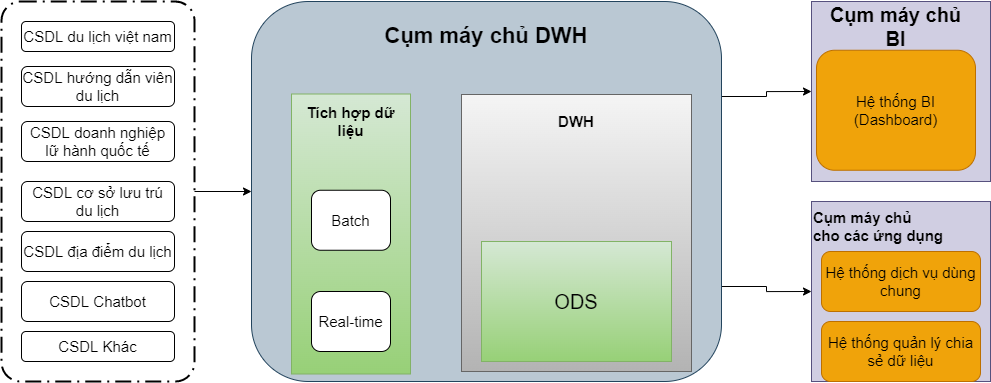
Above: tcdl-Page-2.drawio.png in letheanh12345/Draw-io (draw.io), before the change. Source tidied: cells renumbered, new cells last; positions are measured from the earlier drawing's top-left corner, leaving out a move shared by most shapes.
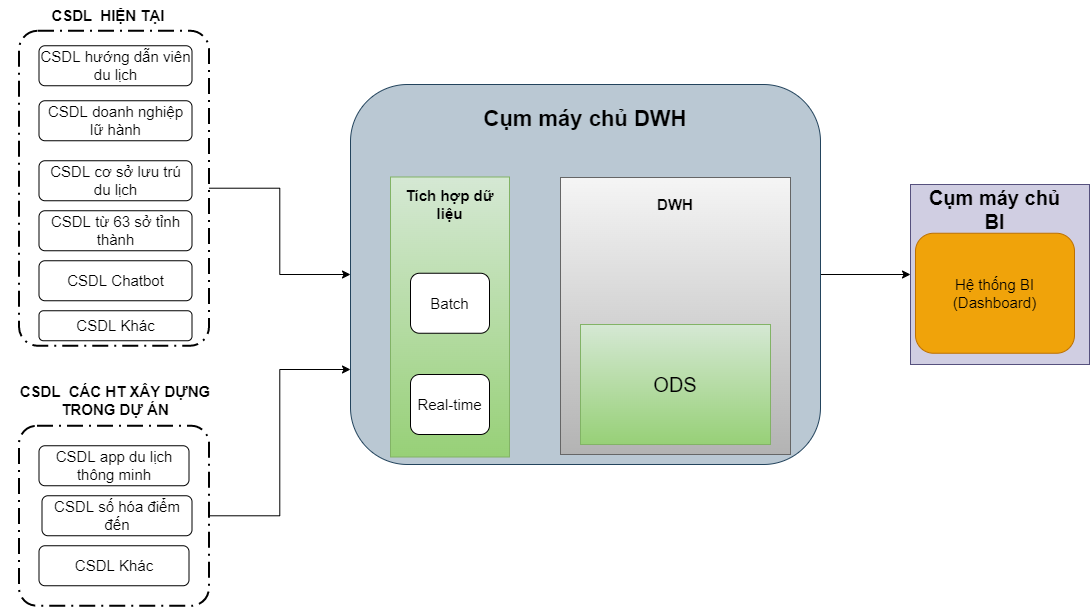
The same diagram one commit later.

The edit, as a diff of the source:
```diff
@@ -2,38 +2,15 @@
   <root>
     <mxCell id="0" />
     <mxCell id="1" parent="0" />
-    <mxCell id="2" style="edgeStyle=orthogonalEdgeStyle;rounded=0;jettySize=auto;html=1;fontSize=15;" parent="1" edge="1" source="3">
-      <mxGeometry relative="1" as="geometry">
-        <mxPoint x="250" y="190" as="targetPoint" />
-      </mxGeometry>
-    </mxCell>
-    <mxCell id="3" style="points=[[0.25,0,0],[0.5,0,0],[0.75,0,0],[1,0.25,0],[1,0.5,0],[1,0.75,0],[0.75,1,0],[0.5,1,0],[0.25,1,0],[0,0.75,0],[0,0.5,0],[0,0.25,0]];rounded=1;arcSize=10;dashed=1;strokeColor=#000000;fillColor=none;gradientColor=none;dashPattern=8 3 1 3;strokeWidth=2;fontStyle=1;fontSize=20;" parent="1" vertex="1">
-      <mxGeometry width="193" height="380" as="geometry" />
-    </mxCell>
-    <mxCell id="4" style="edgeStyle=orthogonalEdgeStyle;rounded=0;jettySize=auto;html=1;exitX=1;exitY=0.25;exitDx=0;exitDy=0;entryX=0;entryY=0.5;entryDx=0;entryDy=0;fontSize=15;" parent="1" edge="1" source="6" target="19">
+    <mxCell id="4" style="edgeStyle=orthogonalEdgeStyle;rounded=0;jettySize=auto;html=1;entryX=0;entryY=0.5;entryDx=0;entryDy=0;fontSize=20;" parent="1" edge="1" source="6" target="19">
       <mxGeometry relative="1" as="geometry" />
     </mxCell>
-    <mxCell id="5" style="edgeStyle=orthogonalEdgeStyle;rounded=0;jettySize=auto;html=1;exitX=1;exitY=0.75;exitDx=0;exitDy=0;entryX=0;entryY=0.5;entryDx=0;entryDy=0;fontSize=15;" parent="1" edge="1" source="6" target="22">
-      <mxGeometry relative="1" as="geometry" />
-    </mxCell>
     <mxCell id="6" style="rounded=1;whiteSpace=wrap;html=1;fillColor=#bac8d3;strokeColor=#23445d;" parent="1" vertex="1">
       <mxGeometry x="250" width="470" height="380" as="geometry" />
     </mxCell>
     <mxCell id="7" value="&lt;font style=&quot;font-size: 22px&quot;&gt;&lt;b&gt;Cụm máy chủ DWH&lt;/b&gt;&lt;/font&gt;" style="text;html=1;strokeColor=none;fillColor=none;align=center;verticalAlign=middle;whiteSpace=wrap;rounded=0;" parent="1" vertex="1">
       <mxGeometry x="270" y="20" width="430" height="30" as="geometry" />
     </mxCell>
-    <mxCell id="8" value="&lt;font style=&quot;font-size: 15px;&quot;&gt;CSDL du lịch việt nam&lt;/font&gt;" style="rounded=1;whiteSpace=wrap;html=1;" parent="1" vertex="1">
-      <mxGeometry x="20" y="20" width="153" height="30" as="geometry" />
-    </mxCell>
-    <mxCell id="9" value="&lt;font style=&quot;font-size: 15px;&quot;&gt;CSDL hướng dẫn viên du lịch&lt;/font&gt;" style="rounded=1;whiteSpace=wrap;html=1;" parent="1" vertex="1">
-      <mxGeometry x="20" y="65" width="153" height="40" as="geometry" />
-    </mxCell>
-    <mxCell id="10" value="&lt;font style=&quot;font-size: 15px;&quot;&gt;CSDL doanh nghiệp lữ hành quốc tế&lt;/font&gt;" style="rounded=1;whiteSpace=wrap;html=1;" parent="1" vertex="1">
-      <mxGeometry x="20" y="120" width="153" height="40" as="geometry" />
-    </mxCell>
-    <mxCell id="11" value="&lt;font style=&quot;font-size: 15px;&quot;&gt;CSDL Khác&lt;/font&gt;" style="rounded=1;whiteSpace=wrap;html=1;" parent="1" vertex="1">
-      <mxGeometry x="20" y="330" width="153" height="30" as="geometry" />
-    </mxCell>
     <mxCell id="12" style="rounded=0;whiteSpace=wrap;html=1;fontSize=15;fillColor=#d5e8d4;gradientColor=#97d077;strokeColor=#82b366;" parent="1" vertex="1">
       <mxGeometry x="290" y="92.5" width="119" height="280" as="geometry" />
     </mxCell>
@@ -56,34 +33,58 @@
       <mxGeometry x="480" y="105" width="190" height="30" as="geometry" />
     </mxCell>
     <mxCell id="19" style="rounded=0;whiteSpace=wrap;html=1;fontSize=15;fillColor=#d0cee2;strokeColor=#56517e;" parent="1" vertex="1">
-      <mxGeometry x="810" width="179" height="180" as="geometry" />
+      <mxGeometry x="810" y="100" width="179" height="180" as="geometry" />
     </mxCell>
     <mxCell id="20" value="&lt;b&gt;&lt;font style=&quot;font-size: 20px;&quot;&gt;Cụm máy chủ BI&lt;/font&gt;&lt;/b&gt;" style="text;html=1;strokeColor=none;fillColor=none;align=center;verticalAlign=middle;whiteSpace=wrap;rounded=0;fontSize=15;" parent="1" vertex="1">
-      <mxGeometry x="820" width="149" height="50" as="geometry" />
+      <mxGeometry x="820" y="100" width="149" height="50" as="geometry" />
     </mxCell>
     <mxCell id="21" value="Hệ thống BI (Dashboard)" style="rounded=1;whiteSpace=wrap;html=1;fontSize=15;fillColor=#f0a30a;fontColor=#000000;strokeColor=#BD7000;" parent="1" vertex="1">
-      <mxGeometry x="815" y="48.8" width="159" height="120" as="geometry" />
+      <mxGeometry x="815" y="148.8" width="159" height="120" as="geometry" />
     </mxCell>
-    <mxCell id="22" style="rounded=0;whiteSpace=wrap;html=1;fontSize=15;fillColor=#d0cee2;strokeColor=#56517e;" parent="1" vertex="1">
-      <mxGeometry x="810" y="200" width="179" height="180" as="geometry" />
-    </mxCell>
-    <mxCell id="23" value="&lt;div style=&quot;&quot;&gt;&lt;b style=&quot;background-color: initial;&quot;&gt;Cụm máy chủ&amp;nbsp;&lt;/b&gt;&lt;/div&gt;&lt;b&gt;&lt;div style=&quot;&quot;&gt;&lt;b style=&quot;background-color: initial;&quot;&gt;cho các ứng dụng&amp;nbsp;&lt;/b&gt;&lt;/div&gt;&lt;/b&gt;" style="text;html=1;strokeColor=none;fillColor=none;align=left;verticalAlign=middle;whiteSpace=wrap;rounded=0;fontSize=15;" parent="1" vertex="1">
-      <mxGeometry x="810" y="210" width="169" height="30" as="geometry" />
-    </mxCell>
-    <mxCell id="24" value="Hệ thống dịch vụ dùng chung" style="rounded=1;whiteSpace=wrap;html=1;fontSize=15;fillColor=#f0a30a;fontColor=#000000;strokeColor=#BD7000;" parent="1" vertex="1">
-      <mxGeometry x="820" y="250" width="159" height="60" as="geometry" />
-    </mxCell>
+    <mxCell id="29" style="edgeStyle=orthogonalEdgeStyle;rounded=0;jettySize=auto;html=1;entryX=0;entryY=0.5;entryDx=0;entryDy=0;fontSize=20;" parent="1" edge="1" source="30" target="6">
+      <mxGeometry relative="1" as="geometry" />
+    </mxCell>
+    <mxCell id="30" style="points=[[0.25,0,0],[0.5,0,0],[0.75,0,0],[1,0.25,0],[1,0.5,0],[1,0.75,0],[0.75,1,0],[0.5,1,0],[0.25,1,0],[0,0.75,0],[0,0.5,0],[0,0.25,0]];rounded=1;arcSize=10;dashed=1;strokeColor=#000000;fillColor=none;gradientColor=none;dashPattern=8 3 1 3;strokeWidth=2;fontStyle=1;fontSize=20;" parent="1" vertex="1">
+      <mxGeometry x="-81.5" y="-53.8" width="190" height="315" as="geometry" />
+    </mxCell>
+    <mxCell id="9" value="&lt;font style=&quot;font-size: 15px;&quot;&gt;CSDL hướng dẫn viên du lịch&lt;/font&gt;" style="rounded=1;whiteSpace=wrap;html=1;" parent="1" vertex="1">
+      <mxGeometry x="-61.5" y="-38.8" width="153" height="40" as="geometry" />
+    </mxCell>
+    <mxCell id="31" value="&lt;font style=&quot;font-size: 15px;&quot;&gt;CSDL doanh nghiệp lữ hành&lt;/font&gt;" style="rounded=1;whiteSpace=wrap;html=1;" parent="1" vertex="1">
+      <mxGeometry x="-61.5" y="16.2" width="153" height="40" as="geometry" />
+    </mxCell>
+    <mxCell id="11" value="&lt;font style=&quot;font-size: 15px;&quot;&gt;CSDL Khác&lt;/font&gt;" style="rounded=1;whiteSpace=wrap;html=1;" parent="1" vertex="1">
+      <mxGeometry x="-61.5" y="226.2" width="153" height="30" as="geometry" />
+    </mxCell>
     <mxCell id="25" value="&lt;font style=&quot;font-size: 15px;&quot;&gt;CSDL cơ sở lưu trú du lịch&lt;/font&gt;" style="rounded=1;whiteSpace=wrap;html=1;" parent="1" vertex="1">
-      <mxGeometry x="20" y="180" width="153" height="40" as="geometry" />
+      <mxGeometry x="-61.5" y="76.2" width="153" height="40" as="geometry" />
     </mxCell>
     <mxCell id="26" value="&lt;font style=&quot;font-size: 15px;&quot;&gt;CSDL Chatbot&lt;/font&gt;" style="rounded=1;whiteSpace=wrap;html=1;" parent="1" vertex="1">
-      <mxGeometry x="20" y="280" width="153" height="40" as="geometry" />
+      <mxGeometry x="-61.5" y="176.2" width="153" height="40" as="geometry" />
     </mxCell>
-    <mxCell id="27" value="&lt;font style=&quot;font-size: 15px;&quot;&gt;CSDL địa điểm du lịch&lt;/font&gt;" style="rounded=1;whiteSpace=wrap;html=1;" parent="1" vertex="1">
-      <mxGeometry x="20" y="230" width="153" height="40" as="geometry" />
-    </mxCell>
-    <mxCell id="28" value="Hệ thống quản lý chia sẻ dữ liệu" style="rounded=1;whiteSpace=wrap;html=1;fontSize=15;fillColor=#f0a30a;fontColor=#000000;strokeColor=#BD7000;" parent="1" vertex="1">
-      <mxGeometry x="820" y="320" width="159" height="60" as="geometry" />
-    </mxCell>
+    <mxCell id="32" value="&lt;font style=&quot;font-size: 15px;&quot;&gt;CSDL từ 63 sở tỉnh thành&lt;/font&gt;" style="rounded=1;whiteSpace=wrap;html=1;" parent="1" vertex="1">
+      <mxGeometry x="-61.5" y="126.2" width="153" height="40" as="geometry" />
+    </mxCell>
+    <mxCell id="33" style="edgeStyle=orthogonalEdgeStyle;rounded=0;jettySize=auto;html=1;entryX=0;entryY=0.75;entryDx=0;entryDy=0;fontSize=20;" parent="1" edge="1" source="34" target="6">
+      <mxGeometry relative="1" as="geometry" />
+    </mxCell>
+    <mxCell id="34" style="points=[[0.25,0,0],[0.5,0,0],[0.75,0,0],[1,0.25,0],[1,0.5,0],[1,0.75,0],[0.75,1,0],[0.5,1,0],[0.25,1,0],[0,0.75,0],[0,0.5,0],[0,0.25,0]];rounded=1;arcSize=10;dashed=1;strokeColor=#000000;fillColor=none;gradientColor=none;dashPattern=8 3 1 3;strokeWidth=2;fontStyle=1;fontSize=20;" parent="1" vertex="1">
+      <mxGeometry x="-81.5" y="341.2" width="190" height="180" as="geometry" />
+    </mxCell>
+    <mxCell id="35" value="&lt;b&gt;&lt;font style=&quot;font-size: 15px;&quot;&gt;CSDL&amp;nbsp; HIỆN TẠI&lt;/font&gt;&lt;/b&gt;" style="text;html=1;strokeColor=none;fillColor=none;align=center;verticalAlign=middle;whiteSpace=wrap;rounded=0;" parent="1" vertex="1">
+      <mxGeometry x="-51.5" y="-83.8" width="120" height="30" as="geometry" />
+    </mxCell>
+    <mxCell id="36" value="CSDL app du lịch thông minh" style="rounded=1;whiteSpace=wrap;html=1;fontSize=15;" parent="1" vertex="1">
+      <mxGeometry x="-61.5" y="361.2" width="150" height="40" as="geometry" />
+    </mxCell>
+    <mxCell id="37" value="CSDL số hóa điểm đến" style="rounded=1;whiteSpace=wrap;html=1;fontSize=15;" parent="1" vertex="1">
+      <mxGeometry x="-58.5" y="411.2" width="150" height="40" as="geometry" />
+    </mxCell>
+    <mxCell id="38" value="CSDL Khác" style="rounded=1;whiteSpace=wrap;html=1;fontSize=15;" parent="1" vertex="1">
+      <mxGeometry x="-61.5" y="461.2" width="150" height="40" as="geometry" />
+    </mxCell>
+    <mxCell id="39" value="&lt;b&gt;&lt;font style=&quot;font-size: 15px;&quot;&gt;CSDL&amp;nbsp; CÁC HT XÂY DỰNG TRONG DỰ ÁN&lt;/font&gt;&lt;/b&gt;" style="text;html=1;strokeColor=none;fillColor=none;align=center;verticalAlign=middle;whiteSpace=wrap;rounded=0;" parent="1" vertex="1">
+      <mxGeometry x="-100" y="301.2" width="230" height="30" as="geometry" />
+    </mxCell>
   </root>
 </mxGraphModel>
```
